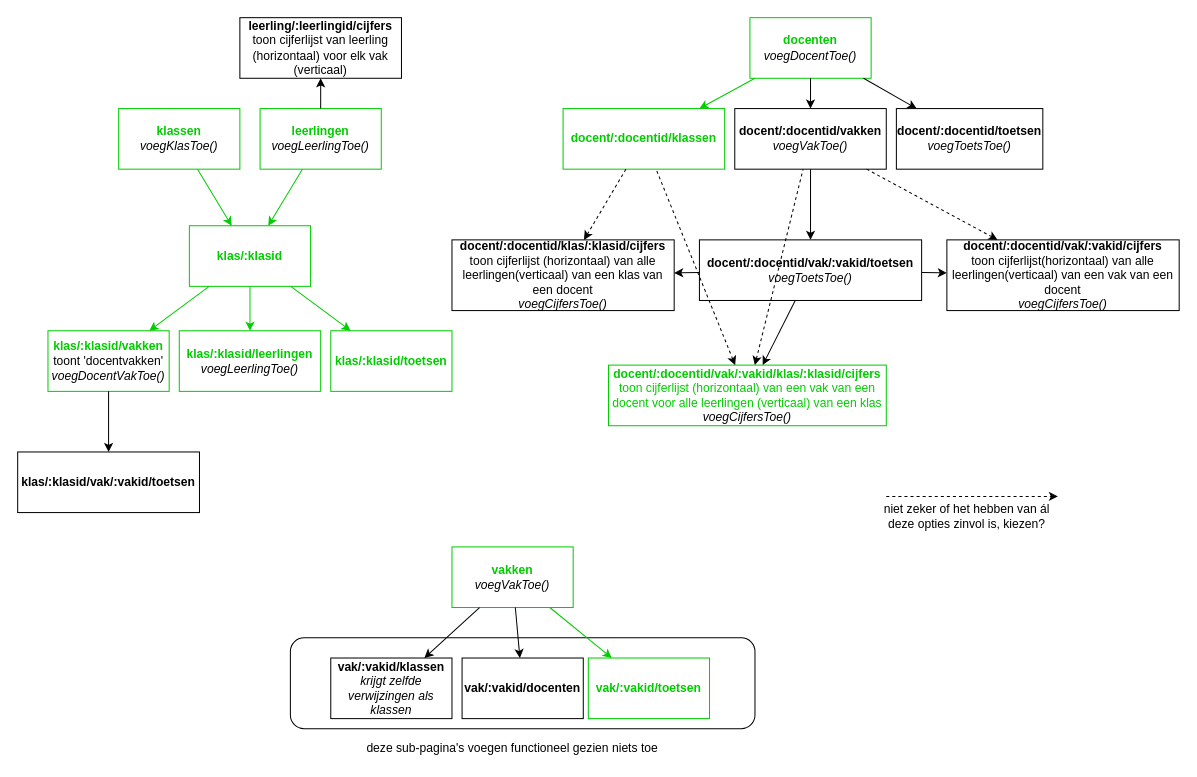
Vsvlak/Groepsopdracht-kamer-1-Angular keeps this draw.io diagram as CijfersysteemAngular/src/app/StructuurPaginaNavigatie.drawio. Above is the earlier version. Source tidied: cells renumbered, new cells numbered last; positions are measured from the earlier drawing's top-left corner, leaving out a move shared by most shapes. Both pictures are drawn from the tidied source at 101%, with x=0, y=0 at pixel (17, 17).
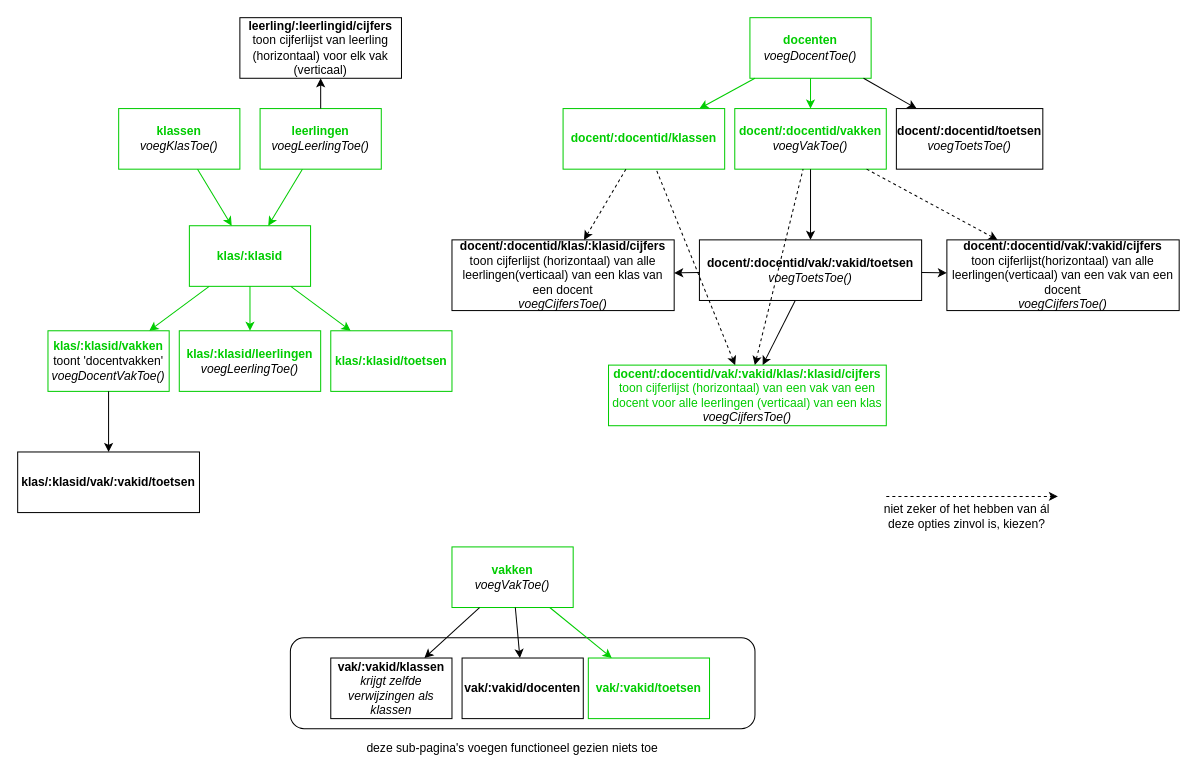
The same page after the edit.

The change refers to these unchanged cells:
```xml
<mxCell id="11" value="&lt;b&gt;&lt;font color=&quot;#00cc00&quot;&gt;docenten&lt;br&gt;&lt;/font&gt;&lt;/b&gt;&lt;i&gt;voegDocentToe()&lt;/i&gt;" style="rounded=0;whiteSpace=wrap;html=1;strokeColor=#00CC00;" parent="1" vertex="1">
  <mxGeometry x="725" width="120" height="60" as="geometry" />
</mxCell>
```

Diff of the diagram source:
```diff
@@
-    <mxCell id="6" value="&lt;b&gt;docent/:docentid/vakken&lt;br&gt;&lt;/b&gt;&lt;i&gt;voegVakToe()&lt;/i&gt;" style="rounded=0;whiteSpace=wrap;html=1;" parent="1" vertex="1">
+    <mxCell id="6" value="&lt;b&gt;&lt;font color=&quot;#00cc00&quot;&gt;docent/:docentid/vakken&lt;br&gt;&lt;/font&gt;&lt;/b&gt;&lt;i&gt;voegVakToe()&lt;/i&gt;" style="rounded=0;whiteSpace=wrap;html=1;strokeColor=#00CC00;" parent="1" vertex="1">
       <mxGeometry x="710" y="90" width="150" height="60" as="geometry" />
     </mxCell>
@@
-    <mxCell id="14" style="endArrow=none;html=1;startArrow=classic;startFill=1;" parent="1" edge="1" source="6" target="11">
+    <mxCell id="14" style="endArrow=none;html=1;startArrow=classic;startFill=1;strokeColor=#00CC00;" parent="1" edge="1" source="6" target="11">
       <mxGeometry relative="1" as="geometry" />
     </mxCell>
```
